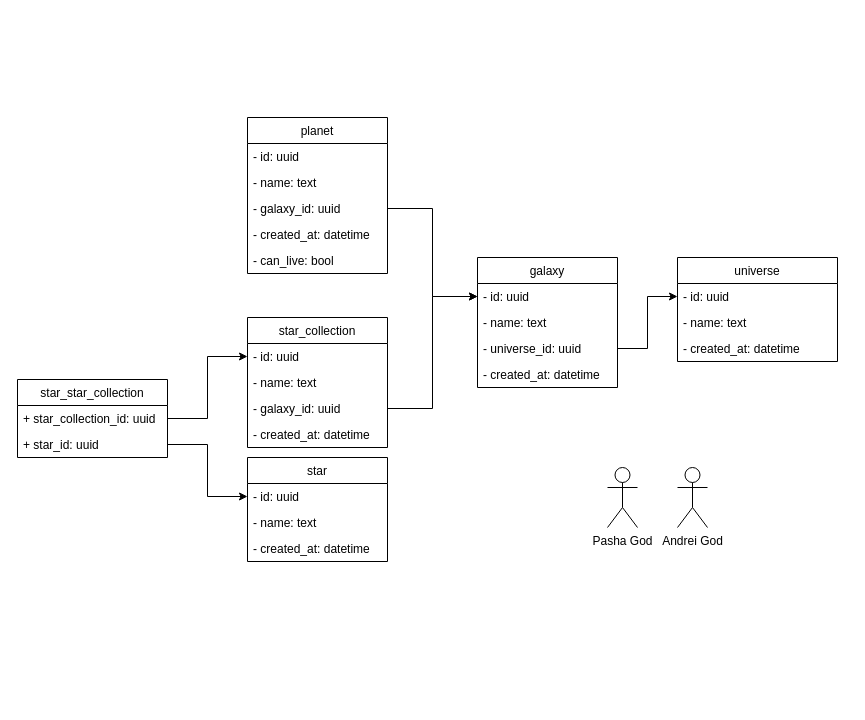
Before: db_diagram.drawio in ZetoOfficial/star, a draw.io diagram. Source tidied: cells renumbered, new cells numbered last; positions are measured from the earlier drawing's top-left corner, leaving out a move shared by most shapes. Both pictures are drawn from the tidied source at 100%, with x=0, y=0 at pixel (17, 117).
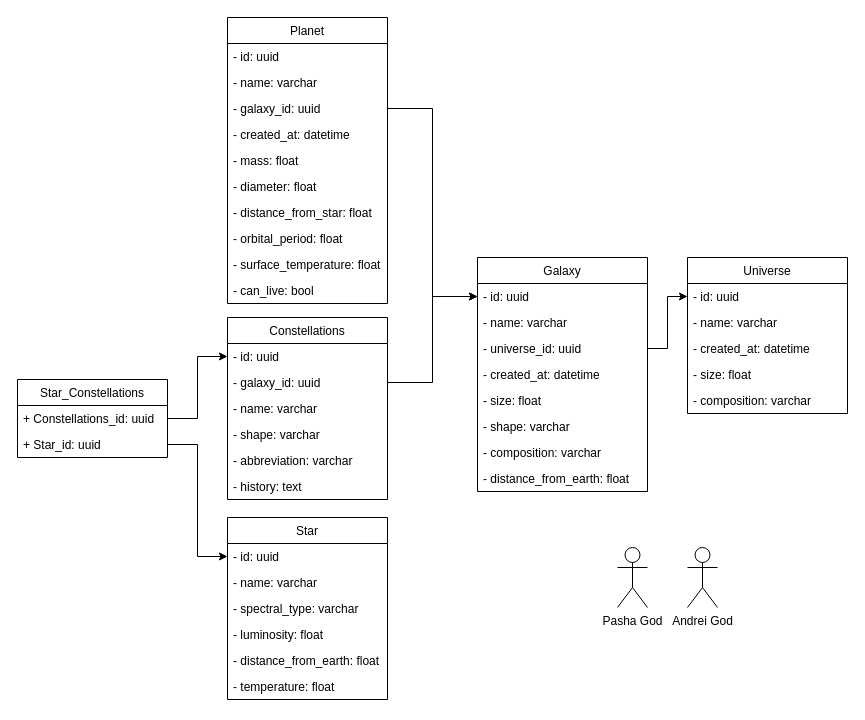
The same diagram, later.

Commit message:
Добавил полей в диаграмму

Change to the diagram source:
```diff
@@
-    <mxCell id="3" value="universe" style="swimlane;fontStyle=0;align=center;verticalAlign=top;horizontal=1;startSize=26;" parent="1" vertex="1">
-      <mxGeometry x="660" y="140" width="160" height="104" as="geometry" />
+    <mxCell id="3" value="Universe" style="swimlane;fontStyle=0;align=center;verticalAlign=top;horizontal=1;startSize=26;" parent="1" vertex="1">
+      <mxGeometry x="670" y="140" width="160" height="156" as="geometry" />
     </mxCell>
@@
-    <mxCell id="5" value="- name: text" style="text;strokeColor=none;fillColor=none;align=left;verticalAlign=top;spacingLeft=4;spacingRight=4;overflow=hidden;" parent="3" vertex="1">
+    <mxCell id="5" value="- name: varchar" style="text;strokeColor=none;fillColor=none;align=left;verticalAlign=top;spacingLeft=4;spacingRight=4;overflow=hidden;" parent="3" vertex="1">
       <mxGeometry y="52" width="160" height="26" as="geometry" />
     </mxCell>
@@
+    <mxCell id="37" value="- size: float" style="text;strokeColor=none;fillColor=none;align=left;verticalAlign=top;spacingLeft=4;spacingRight=4;overflow=hidden;" parent="3" vertex="1">
+      <mxGeometry y="104" width="160" height="26" as="geometry" />
+    </mxCell>
+    <mxCell id="38" value="- composition: varchar" style="text;strokeColor=none;fillColor=none;align=left;verticalAlign=top;spacingLeft=4;spacingRight=4;overflow=hidden;" parent="3" vertex="1">
+      <mxGeometry y="130" width="160" height="26" as="geometry" />
+    </mxCell>
-    <mxCell id="7" value="galaxy" style="swimlane;fontStyle=0;horizontal=1;startSize=26;fillColor=none;" parent="1" vertex="1">
-      <mxGeometry x="460" y="140" width="140" height="130" as="geometry" />
+    <mxCell id="7" value="Galaxy" style="swimlane;fontStyle=0;horizontal=1;startSize=26;fillColor=default;" parent="1" vertex="1">
+      <mxGeometry x="460" y="140" width="170" height="234" as="geometry" />
     </mxCell>
     <mxCell id="8" value="- id: uuid" style="text;strokeColor=none;fillColor=none;align=left;verticalAlign=top;spacingLeft=4;spacingRight=4;overflow=hidden;points=[[0,0.5],[1,0.5]];portConstraint=eastwest;" parent="7" vertex="1">
-      <mxGeometry y="26" width="140" height="26" as="geometry" />
+      <mxGeometry y="26" width="170" height="26" as="geometry" />
     </mxCell>
-    <mxCell id="9" value="- name: text" style="text;strokeColor=none;fillColor=none;align=left;verticalAlign=top;spacingLeft=4;spacingRight=4;overflow=hidden;" parent="7" vertex="1">
-      <mxGeometry y="52" width="140" height="26" as="geometry" />
+    <mxCell id="9" value="- name: varchar" style="text;strokeColor=none;fillColor=none;align=left;verticalAlign=top;spacingLeft=4;spacingRight=4;overflow=hidden;" parent="7" vertex="1">
+      <mxGeometry y="52" width="170" height="26" as="geometry" />
     </mxCell>
     <mxCell id="10" value="- universe_id: uuid" style="text;strokeColor=none;fillColor=none;align=left;verticalAlign=top;spacingLeft=4;spacingRight=4;overflow=hidden;points=[[0,0.5],[1,0.5]];portConstraint=eastwest;" parent="7" vertex="1">
-      <mxGeometry y="78" width="140" height="26" as="geometry" />
+      <mxGeometry y="78" width="170" height="26" as="geometry" />
     </mxCell>
     <mxCell id="11" value="- created_at: datetime&#10;" style="text;strokeColor=none;fillColor=none;align=left;verticalAlign=top;spacingLeft=4;spacingRight=4;overflow=hidden;" parent="7" vertex="1">
-      <mxGeometry y="104" width="140" height="26" as="geometry" />
+      <mxGeometry y="104" width="170" height="26" as="geometry" />
     </mxCell>
+    <mxCell id="39" value="- size: float&#10;" style="text;strokeColor=none;fillColor=none;align=left;verticalAlign=top;spacingLeft=4;spacingRight=4;overflow=hidden;" parent="7" vertex="1">
+      <mxGeometry y="130" width="170" height="26" as="geometry" />
+    </mxCell>
+    <mxCell id="40" value="- shape: varchar" style="text;strokeColor=none;fillColor=none;align=left;verticalAlign=top;spacingLeft=4;spacingRight=4;overflow=hidden;" parent="7" vertex="1">
+      <mxGeometry y="156" width="170" height="26" as="geometry" />
+    </mxCell>
+    <mxCell id="41" value="- composition: varchar" style="text;strokeColor=none;fillColor=none;align=left;verticalAlign=top;spacingLeft=4;spacingRight=4;overflow=hidden;" parent="7" vertex="1">
+      <mxGeometry y="182" width="170" height="26" as="geometry" />
+    </mxCell>
+    <mxCell id="42" value="- distance_from_earth: float" style="text;strokeColor=none;fillColor=none;align=left;verticalAlign=top;spacingLeft=4;spacingRight=4;overflow=hidden;" parent="7" vertex="1">
+      <mxGeometry y="208" width="170" height="26" as="geometry" />
+    </mxCell>
@@
-    <mxCell id="13" value="planet" style="swimlane;fontStyle=0;horizontal=1;startSize=26;fillColor=none;" parent="1" vertex="1">
-      <mxGeometry x="230" width="140" height="156" as="geometry" />
+    <mxCell id="13" value="Planet" style="swimlane;fontStyle=0;horizontal=1;startSize=26;fillColor=default;" parent="1" vertex="1">
+      <mxGeometry x="210" y="-100" width="160" height="286" as="geometry" />
     </mxCell>
     <mxCell id="14" value="- id: uuid" style="text;strokeColor=none;fillColor=none;align=left;verticalAlign=top;spacingLeft=4;spacingRight=4;overflow=hidden;" parent="13" vertex="1">
-      <mxGeometry y="26" width="140" height="26" as="geometry" />
+      <mxGeometry y="26" width="160" height="26" as="geometry" />
     </mxCell>
-    <mxCell id="15" value="- name: text" style="text;strokeColor=none;fillColor=none;align=left;verticalAlign=top;spacingLeft=4;spacingRight=4;overflow=hidden;" parent="13" vertex="1">
-      <mxGeometry y="52" width="140" height="26" as="geometry" />
+    <mxCell id="15" value="- name: varchar" style="text;strokeColor=none;fillColor=none;align=left;verticalAlign=top;spacingLeft=4;spacingRight=4;overflow=hidden;" parent="13" vertex="1">
+      <mxGeometry y="52" width="160" height="26" as="geometry" />
     </mxCell>
     <mxCell id="16" value="- galaxy_id: uuid" style="text;strokeColor=none;fillColor=none;align=left;verticalAlign=top;spacingLeft=4;spacingRight=4;overflow=hidden;points=[[0,0.5],[1,0.5]];portConstraint=eastwest;" parent="13" vertex="1">
-      <mxGeometry y="78" width="140" height="26" as="geometry" />
+      <mxGeometry y="78" width="160" height="26" as="geometry" />
     </mxCell>
     <mxCell id="17" value="- created_at: datetime&#10;" style="text;strokeColor=none;fillColor=none;align=left;verticalAlign=top;spacingLeft=4;spacingRight=4;overflow=hidden;" parent="13" vertex="1">
-      <mxGeometry y="104" width="140" height="26" as="geometry" />
+      <mxGeometry y="104" width="160" height="26" as="geometry" />
     </mxCell>
+    <mxCell id="43" value="- mass: float" style="text;strokeColor=none;fillColor=none;align=left;verticalAlign=top;spacingLeft=4;spacingRight=4;overflow=hidden;" parent="13" vertex="1">
+      <mxGeometry y="130" width="160" height="26" as="geometry" />
+    </mxCell>
+    <mxCell id="44" value="- diameter: float" style="text;strokeColor=none;fillColor=none;align=left;verticalAlign=top;spacingLeft=4;spacingRight=4;overflow=hidden;" parent="13" vertex="1">
+      <mxGeometry y="156" width="160" height="26" as="geometry" />
+    </mxCell>
+    <mxCell id="45" value="- distance_from_star: float" style="text;strokeColor=none;fillColor=none;align=left;verticalAlign=top;spacingLeft=4;spacingRight=4;overflow=hidden;" parent="13" vertex="1">
+      <mxGeometry y="182" width="160" height="26" as="geometry" />
+    </mxCell>
+    <mxCell id="46" value="- orbital_period: float" style="text;strokeColor=none;fillColor=none;align=left;verticalAlign=top;spacingLeft=4;spacingRight=4;overflow=hidden;" parent="13" vertex="1">
+      <mxGeometry y="208" width="160" height="26" as="geometry" />
+    </mxCell>
+    <mxCell id="47" value="- surface_temperature: float" style="text;strokeColor=none;fillColor=none;align=left;verticalAlign=top;spacingLeft=4;spacingRight=4;overflow=hidden;" parent="13" vertex="1">
+      <mxGeometry y="234" width="160" height="26" as="geometry" />
+    </mxCell>
     <mxCell id="18" value="- can_live: bool" style="text;strokeColor=none;fillColor=none;align=left;verticalAlign=top;spacingLeft=4;spacingRight=4;overflow=hidden;" parent="13" vertex="1">
-      <mxGeometry y="130" width="140" height="26" as="geometry" />
+      <mxGeometry y="260" width="160" height="26" as="geometry" />
     </mxCell>
@@
-    <mxCell id="20" value="star_collection" style="swimlane;fontStyle=0;horizontal=1;startSize=26;fillColor=none;" parent="1" vertex="1">
-      <mxGeometry x="230" y="200" width="140" height="130" as="geometry" />
+    <mxCell id="20" value="Constellations" style="swimlane;fontStyle=0;horizontal=1;startSize=26;fillColor=default;" parent="1" vertex="1">
+      <mxGeometry x="210" y="200" width="160" height="182" as="geometry" />
     </mxCell>
     <mxCell id="21" value="- id: uuid" style="text;strokeColor=none;fillColor=none;align=left;verticalAlign=top;spacingLeft=4;spacingRight=4;overflow=hidden;points=[[0,0.5],[1,0.5]];portConstraint=eastwest;" parent="20" vertex="1">
-      <mxGeometry y="26" width="140" height="26" as="geometry" />
+      <mxGeometry y="26" width="160" height="26" as="geometry" />
     </mxCell>
+    <mxCell id="23" value="- galaxy_id: uuid" style="text;strokeColor=none;fillColor=none;align=left;verticalAlign=top;spacingLeft=4;spacingRight=4;overflow=hidden;points=[[0,0.5],[1,0.5]];portConstraint=eastwest;" parent="20" vertex="1">
+      <mxGeometry y="52" width="160" height="26" as="geometry" />
+    </mxCell>
-    <mxCell id="22" value="- name: text" style="text;strokeColor=none;fillColor=none;align=left;verticalAlign=top;spacingLeft=4;spacingRight=4;overflow=hidden;" parent="20" vertex="1">
-      <mxGeometry y="52" width="140" height="26" as="geometry" />
+    <mxCell id="22" value="- name: varchar" style="text;strokeColor=none;fillColor=none;align=left;verticalAlign=top;spacingLeft=4;spacingRight=4;overflow=hidden;" parent="20" vertex="1">
+      <mxGeometry y="78" width="160" height="26" as="geometry" />
     </mxCell>
-    <mxCell id="23" value="- galaxy_id: uuid" style="text;strokeColor=none;fillColor=none;align=left;verticalAlign=top;spacingLeft=4;spacingRight=4;overflow=hidden;points=[[0,0.5],[1,0.5]];portConstraint=eastwest;" parent="20" vertex="1">
-      <mxGeometry y="78" width="140" height="26" as="geometry" />
-    </mxCell>
+    <mxCell id="48" value="- shape: varchar" style="text;strokeColor=none;fillColor=none;align=left;verticalAlign=top;spacingLeft=4;spacingRight=4;overflow=hidden;" parent="20" vertex="1">
+      <mxGeometry y="104" width="160" height="26" as="geometry" />
+    </mxCell>
+    <mxCell id="49" value="- abbreviation: varchar" style="text;strokeColor=none;fillColor=none;align=left;verticalAlign=top;spacingLeft=4;spacingRight=4;overflow=hidden;" parent="20" vertex="1">
+      <mxGeometry y="130" width="160" height="26" as="geometry" />
+    </mxCell>
-    <mxCell id="24" value="- created_at: datetime&#10;" style="text;strokeColor=none;fillColor=none;align=left;verticalAlign=top;spacingLeft=4;spacingRight=4;overflow=hidden;" parent="20" vertex="1">
-      <mxGeometry y="104" width="140" height="26" as="geometry" />
+    <mxCell id="24" value="- history: text" style="text;strokeColor=none;fillColor=none;align=left;verticalAlign=top;spacingLeft=4;spacingRight=4;overflow=hidden;" parent="20" vertex="1">
+      <mxGeometry y="156" width="160" height="26" as="geometry" />
     </mxCell>
-    <mxCell id="25" value="star" style="swimlane;fontStyle=0;horizontal=1;startSize=26;fillColor=none;" parent="1" vertex="1">
-      <mxGeometry x="230" y="340" width="140" height="104" as="geometry" />
+    <mxCell id="25" value="Star" style="swimlane;fontStyle=0;horizontal=1;startSize=26;fillColor=default;" parent="1" vertex="1">
+      <mxGeometry x="210" y="400" width="160" height="182" as="geometry" />
     </mxCell>
     <mxCell id="26" value="- id: uuid" style="text;strokeColor=none;fillColor=none;align=left;verticalAlign=top;spacingLeft=4;spacingRight=4;overflow=hidden;points=[[0,0.5],[1,0.5]];portConstraint=eastwest;" parent="25" vertex="1">
-      <mxGeometry y="26" width="140" height="26" as="geometry" />
+      <mxGeometry y="26" width="160" height="26" as="geometry" />
     </mxCell>
-    <mxCell id="27" value="- name: text" style="text;strokeColor=none;fillColor=none;align=left;verticalAlign=top;spacingLeft=4;spacingRight=4;overflow=hidden;" parent="25" vertex="1">
-      <mxGeometry y="52" width="140" height="26" as="geometry" />
+    <mxCell id="27" value="- name: varchar" style="text;strokeColor=none;fillColor=none;align=left;verticalAlign=top;spacingLeft=4;spacingRight=4;overflow=hidden;" parent="25" vertex="1">
+      <mxGeometry y="52" width="160" height="26" as="geometry" />
     </mxCell>
+    <mxCell id="50" value="- spectral_type: varchar" style="text;strokeColor=none;fillColor=none;align=left;verticalAlign=top;spacingLeft=4;spacingRight=4;overflow=hidden;" parent="25" vertex="1">
+      <mxGeometry y="78" width="160" height="26" as="geometry" />
+    </mxCell>
+    <mxCell id="51" value="- luminosity: float" style="text;strokeColor=none;fillColor=none;align=left;verticalAlign=top;spacingLeft=4;spacingRight=4;overflow=hidden;" parent="25" vertex="1">
+      <mxGeometry y="104" width="160" height="26" as="geometry" />
+    </mxCell>
+    <mxCell id="52" value="- distance_from_earth: float" style="text;strokeColor=none;fillColor=none;align=left;verticalAlign=top;spacingLeft=4;spacingRight=4;overflow=hidden;" parent="25" vertex="1">
+      <mxGeometry y="130" width="160" height="26" as="geometry" />
+    </mxCell>
-    <mxCell id="28" value="- created_at: datetime&#10;" style="text;strokeColor=none;fillColor=none;align=left;verticalAlign=top;spacingLeft=4;spacingRight=4;overflow=hidden;" parent="25" vertex="1">
-      <mxGeometry y="78" width="140" height="26" as="geometry" />
+    <mxCell id="28" value="- temperature: float" style="text;strokeColor=none;fillColor=none;align=left;verticalAlign=top;spacingLeft=4;spacingRight=4;overflow=hidden;" parent="25" vertex="1">
+      <mxGeometry y="156" width="160" height="26" as="geometry" />
     </mxCell>
     <mxCell id="29" value="Andrei God" style="shape=umlActor;verticalLabelPosition=bottom;verticalAlign=top;html=1;" parent="1" vertex="1">
-      <mxGeometry x="660" y="350" width="30" height="60" as="geometry" />
+      <mxGeometry x="670" y="430" width="30" height="60" as="geometry" />
     </mxCell>
     <mxCell id="30" value="Pasha God" style="shape=umlActor;verticalLabelPosition=bottom;verticalAlign=top;html=1;" parent="1" vertex="1">
-      <mxGeometry x="590" y="350" width="30" height="60" as="geometry" />
+      <mxGeometry x="600" y="430" width="30" height="60" as="geometry" />
     </mxCell>
-    <mxCell id="31" value="star_star_collection" style="swimlane;fontStyle=0;horizontal=1;startSize=26;fillColor=none;" parent="1" vertex="1">
+    <mxCell id="31" value="Star_Constellations" style="swimlane;fontStyle=0;horizontal=1;startSize=26;fillColor=default;" parent="1" vertex="1">
       <mxGeometry y="262" width="150" height="78" as="geometry" />
     </mxCell>
-    <mxCell id="32" value="+ star_collection_id: uuid" style="text;strokeColor=none;fillColor=none;align=left;verticalAlign=top;spacingLeft=4;spacingRight=4;overflow=hidden;points=[[0,0.5],[1,0.5]];portConstraint=eastwest;" parent="31" vertex="1">
+    <mxCell id="32" value="+ Constellations_id: uuid" style="text;strokeColor=none;fillColor=none;align=left;verticalAlign=top;spacingLeft=4;spacingRight=4;overflow=hidden;points=[[0,0.5],[1,0.5]];portConstraint=eastwest;" parent="31" vertex="1">
       <mxGeometry y="26" width="150" height="26" as="geometry" />
     </mxCell>
-    <mxCell id="33" value="+ star_id: uuid" style="text;strokeColor=none;fillColor=none;align=left;verticalAlign=top;spacingLeft=4;spacingRight=4;overflow=hidden;points=[[0,0.5],[1,0.5]];portConstraint=eastwest;" parent="31" vertex="1">
+    <mxCell id="33" value="+ Star_id: uuid" style="text;strokeColor=none;fillColor=none;align=left;verticalAlign=top;spacingLeft=4;spacingRight=4;overflow=hidden;points=[[0,0.5],[1,0.5]];portConstraint=eastwest;" parent="31" vertex="1">
       <mxGeometry y="52" width="150" height="26" as="geometry" />
     </mxCell>
```
